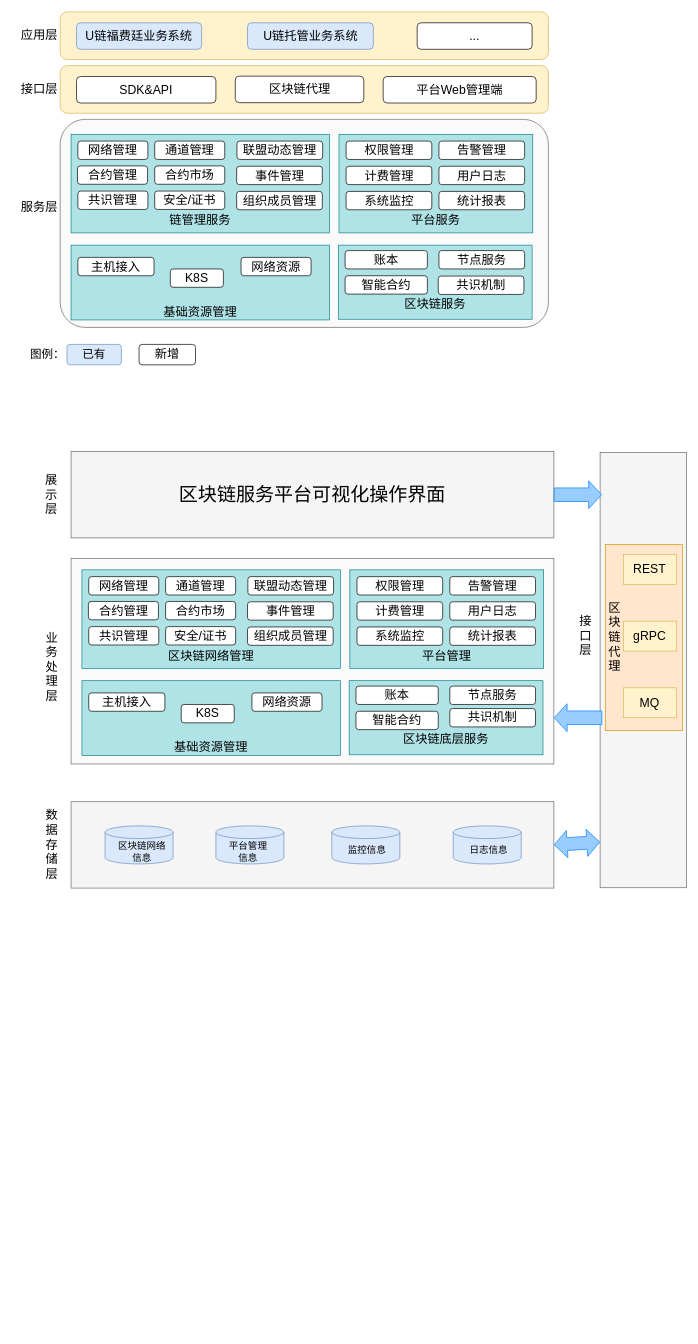
Before: repository/drawio/postb/业务功能架构图1.drawio in dilide/collections, a draw.io diagram. Source tidied: cells renumbered, new cells numbered last; positions are measured from the earlier drawing's top-left corner, leaving out a move shared by most shapes. Both pictures are drawn from the tidied source at 68%, with x=0, y=0 at pixel (12, 12).
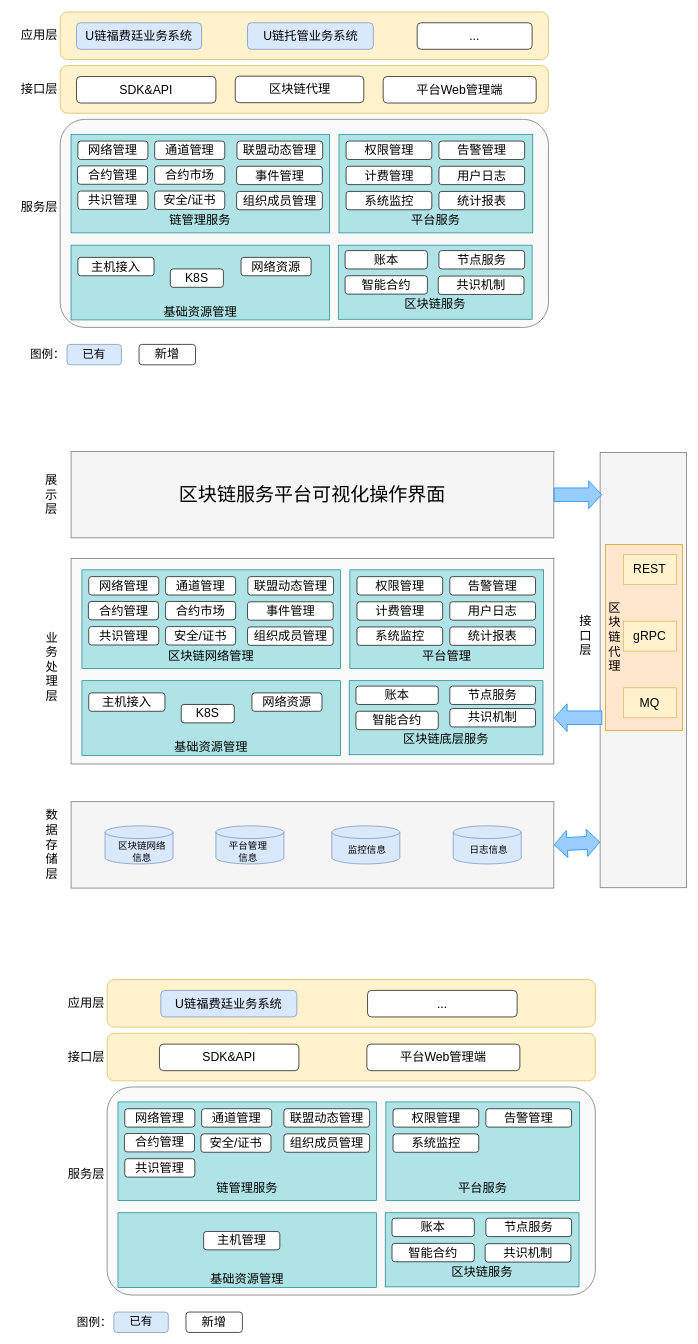
The same diagram, later.

Commit message:
Update 业务功能架构图1.drawio

Diff of the diagram source:
```diff
@@
+    <mxCell id="93" style="rounded=1;whiteSpace=wrap;html=1;fillColor=#fff2cc;strokeColor=#d6b656;" parent="1" vertex="1">
+      <mxGeometry x="140" y="1423" width="718" height="70" as="geometry" />
+    </mxCell>
+    <mxCell id="94" value="应用层" style="text;html=1;strokeColor=none;fillColor=none;align=center;verticalAlign=middle;whiteSpace=wrap;rounded=0;fontSize=18;" parent="1" vertex="1">
+      <mxGeometry x="69" y="1448" width="81" height="20" as="geometry" />
+    </mxCell>
+    <mxCell id="95" value="接口层" style="text;html=1;strokeColor=none;fillColor=none;align=center;verticalAlign=middle;whiteSpace=wrap;rounded=0;fontSize=18;" parent="1" vertex="1">
+      <mxGeometry x="69" y="1527" width="81" height="20" as="geometry" />
+    </mxCell>
+    <mxCell id="96" style="rounded=1;whiteSpace=wrap;html=1;fillColor=#fff2cc;strokeColor=#d6b656;" parent="1" vertex="1">
+      <mxGeometry x="140" y="1502" width="718" height="70" as="geometry" />
+    </mxCell>
+    <mxCell id="97" value="SDK&amp;amp;API" style="rounded=1;whiteSpace=wrap;html=1;fontSize=18;" parent="1" vertex="1">
+      <mxGeometry x="217" y="1518" width="205" height="39" as="geometry" />
+    </mxCell>
+    <mxCell id="98" value="平台Web管理端" style="rounded=1;whiteSpace=wrap;html=1;fontSize=18;" parent="1" vertex="1">
+      <mxGeometry x="522" y="1518" width="225" height="39" as="geometry" />
+    </mxCell>
+    <mxCell id="99" value="U链福费廷业务系统" style="rounded=1;whiteSpace=wrap;html=1;fontSize=18;fillColor=#dae8fc;strokeColor=#6c8ebf;" parent="1" vertex="1">
+      <mxGeometry x="219" y="1439" width="200" height="39" as="geometry" />
+    </mxCell>
+    <mxCell id="100" value="..." style="rounded=1;whiteSpace=wrap;html=1;fontSize=18;" parent="1" vertex="1">
+      <mxGeometry x="523" y="1439" width="220" height="39" as="geometry" />
+    </mxCell>
+    <mxCell id="101" style="rounded=1;whiteSpace=wrap;html=1;fontSize=18;fillColor=#f5f5f5;strokeColor=#666666;glass=0;shadow=0;comic=0;arcSize=12;fillOpacity=50;fontColor=#333333;" parent="1" vertex="1">
+      <mxGeometry x="140" y="1581" width="718" height="306" as="geometry" />
+    </mxCell>
+    <mxCell id="102" value="服务层" style="text;html=1;strokeColor=none;fillColor=none;align=center;verticalAlign=middle;whiteSpace=wrap;rounded=0;fontSize=18;" parent="1" vertex="1">
+      <mxGeometry x="69" y="1700" width="81" height="20" as="geometry" />
+    </mxCell>
+    <mxCell id="103" value="&lt;br&gt;&lt;br&gt;&lt;br&gt;&lt;br&gt;&lt;br&gt;链管理服务&lt;br&gt;" style="rounded=0;whiteSpace=wrap;html=1;shadow=0;glass=0;comic=0;fontSize=18;fillColor=#b0e3e6;strokeColor=#0e8088;" parent="1" vertex="1">
+      <mxGeometry x="156" y="1603" width="380" height="145" as="geometry" />
+    </mxCell>
+    <mxCell id="104" value="网络管理" style="rounded=1;whiteSpace=wrap;html=1;shadow=0;glass=0;comic=0;fontSize=18;" parent="1" vertex="1">
+      <mxGeometry x="166" y="1613" width="103" height="27" as="geometry" />
+    </mxCell>
+    <mxCell id="105" value="通道管理" style="rounded=1;whiteSpace=wrap;html=1;shadow=0;glass=0;comic=0;fontSize=18;" parent="1" vertex="1">
+      <mxGeometry x="279" y="1613" width="103" height="27" as="geometry" />
+    </mxCell>
+    <mxCell id="106" value="合约管理" style="rounded=1;whiteSpace=wrap;html=1;shadow=0;glass=0;comic=0;fontSize=18;" parent="1" vertex="1">
+      <mxGeometry x="165.5" y="1649.5" width="103" height="27" as="geometry" />
+    </mxCell>
+    <mxCell id="107" value="联盟动态管理" style="rounded=1;whiteSpace=wrap;html=1;shadow=0;glass=0;comic=0;fontSize=18;" parent="1" vertex="1">
+      <mxGeometry x="400" y="1613" width="126" height="27" as="geometry" />
+    </mxCell>
+    <mxCell id="108" value="&lt;br&gt;&lt;br&gt;&lt;br&gt;&lt;br&gt;&lt;br&gt;平台服务&lt;br&gt;" style="rounded=0;whiteSpace=wrap;html=1;shadow=0;glass=0;comic=0;fontSize=18;fillColor=#b0e3e6;strokeColor=#0e8088;" parent="1" vertex="1">
+      <mxGeometry x="550" y="1603" width="285" height="145" as="geometry" />
+    </mxCell>
+    <mxCell id="109" value="组织成员管理" style="rounded=1;whiteSpace=wrap;html=1;shadow=0;glass=0;comic=0;fontSize=18;" parent="1" vertex="1">
+      <mxGeometry x="400" y="1650" width="126" height="27" as="geometry" />
+    </mxCell>
+    <mxCell id="110" value="告警管理" style="rounded=1;whiteSpace=wrap;html=1;shadow=0;glass=0;comic=0;fontSize=18;" parent="1" vertex="1">
+      <mxGeometry x="697" y="1613" width="126" height="27" as="geometry" />
+    </mxCell>
+    <mxCell id="111" value="系统监控" style="rounded=1;whiteSpace=wrap;html=1;shadow=0;glass=0;comic=0;fontSize=18;" parent="1" vertex="1">
+      <mxGeometry x="560.5" y="1650" width="126" height="27" as="geometry" />
+    </mxCell>
+    <mxCell id="112" value="&lt;br&gt;&lt;br&gt;&lt;br&gt;区块链服务&lt;br&gt;" style="rounded=0;whiteSpace=wrap;html=1;shadow=0;glass=0;comic=0;fontSize=18;fillColor=#b0e3e6;strokeColor=#0e8088;" parent="1" vertex="1">
+      <mxGeometry x="549" y="1766" width="285" height="109" as="geometry" />
+    </mxCell>
+    <mxCell id="113" value="账本" style="rounded=1;whiteSpace=wrap;html=1;shadow=0;glass=0;comic=0;fontSize=18;fillColor=#FFFFFF;strokeColor=#000000;" parent="1" vertex="1">
+      <mxGeometry x="559" y="1774" width="121" height="27" as="geometry" />
+    </mxCell>
+    <mxCell id="114" value="节点服务" style="rounded=1;whiteSpace=wrap;html=1;shadow=0;glass=0;comic=0;fontSize=18;fillColor=#FFFFFF;strokeColor=#000000;" parent="1" vertex="1">
+      <mxGeometry x="697" y="1774" width="126" height="27" as="geometry" />
+    </mxCell>
+    <mxCell id="115" value="智能合约" style="rounded=1;whiteSpace=wrap;html=1;shadow=0;glass=0;comic=0;fontSize=18;fillColor=#FFFFFF;strokeColor=#000000;" parent="1" vertex="1">
+      <mxGeometry x="559" y="1811" width="121" height="27" as="geometry" />
+    </mxCell>
+    <mxCell id="116" value="&lt;br&gt;&lt;br&gt;&lt;br&gt;&lt;br&gt;基础资源管理&lt;br&gt;" style="rounded=0;whiteSpace=wrap;html=1;shadow=0;glass=0;comic=0;fontSize=18;fillColor=#b0e3e6;strokeColor=#0e8088;" parent="1" vertex="1">
+      <mxGeometry x="156" y="1766" width="380" height="110" as="geometry" />
+    </mxCell>
+    <mxCell id="117" value="共识管理" style="rounded=1;whiteSpace=wrap;html=1;shadow=0;glass=0;comic=0;fontSize=18;" parent="1" vertex="1">
+      <mxGeometry x="166" y="1686.5" width="103" height="27" as="geometry" />
+    </mxCell>
+    <mxCell id="118" value="安全/证书" style="rounded=1;whiteSpace=wrap;html=1;shadow=0;glass=0;comic=0;fontSize=18;" parent="1" vertex="1">
+      <mxGeometry x="278" y="1650" width="103" height="27" as="geometry" />
+    </mxCell>
+    <mxCell id="119" value="权限管理" style="rounded=1;whiteSpace=wrap;html=1;shadow=0;glass=0;comic=0;fontSize=18;" parent="1" vertex="1">
+      <mxGeometry x="560.5" y="1613" width="126" height="27" as="geometry" />
+    </mxCell>
+    <mxCell id="120" value="主机管理" style="rounded=1;whiteSpace=wrap;html=1;shadow=0;glass=0;comic=0;fontSize=18;" parent="1" vertex="1">
+      <mxGeometry x="282" y="1793.5" width="112" height="27" as="geometry" />
+    </mxCell>
+    <mxCell id="121" value="已有" style="rounded=1;whiteSpace=wrap;html=1;fillColor=#dae8fc;fontSize=17;strokeColor=#6c8ebf;" parent="1" vertex="1">
+      <mxGeometry x="150" y="1912" width="80" height="30" as="geometry" />
+    </mxCell>
+    <mxCell id="122" value="新增" style="rounded=1;whiteSpace=wrap;html=1;fontSize=18;fillColor=#FFFFFF;" parent="1" vertex="1">
+      <mxGeometry x="256" y="1912" width="83" height="30" as="geometry" />
+    </mxCell>
+    <mxCell id="123" value="图例：" style="text;html=1;strokeColor=none;fillColor=none;align=center;verticalAlign=middle;whiteSpace=wrap;rounded=0;fontSize=17;" parent="1" vertex="1">
+      <mxGeometry x="93" y="1918" width="57" height="20" as="geometry" />
+    </mxCell>
+    <mxCell id="124" value="共识机制" style="rounded=1;whiteSpace=wrap;html=1;shadow=0;glass=0;comic=0;fontSize=18;fillColor=#FFFFFF;strokeColor=#000000;" parent="1" vertex="1">
+      <mxGeometry x="696" y="1811.5" width="126" height="27" as="geometry" />
+    </mxCell>
```
